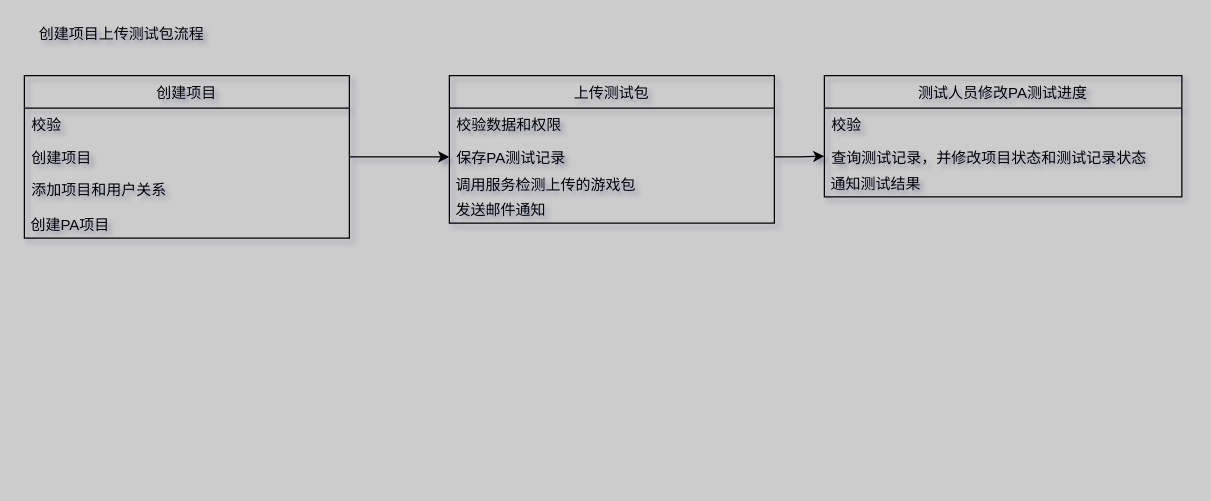
Earlier version of the draw.io diagram Untitled Diagram.drawio (concurrentWang/SpringBoot-Labs). Source tidied: cells renumbered, new cells numbered last; positions are measured from the earlier drawing's top-left corner, leaving out a move shared by most shapes. Both pictures are drawn from the tidied source at 125%, with x=0, y=0 at pixel (24, 21).
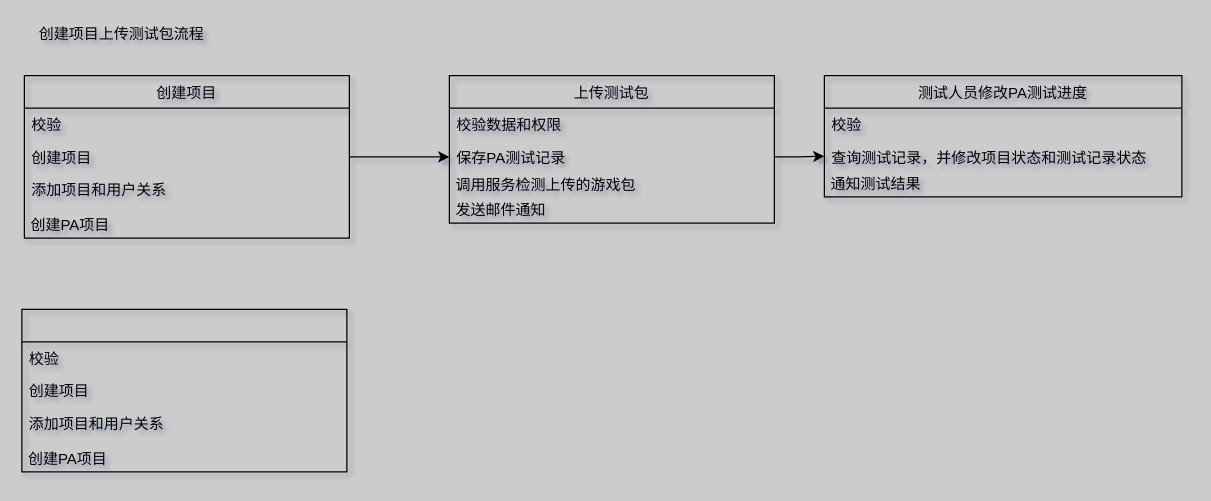
The same page after the edit.

The edit, as a diff of the source:
```diff
@@
+    <mxCell id="19" style="swimlane;fontStyle=0;horizontal=1;startSize=26;fillColor=none;" parent="1" vertex="1">
+      <mxGeometry x="-2" y="230" width="260" height="130" as="geometry" />
+    </mxCell>
+    <mxCell id="20" value="校验" style="text;strokeColor=none;fillColor=none;align=left;verticalAlign=top;spacingLeft=4;spacingRight=4;overflow=hidden;" parent="19" vertex="1">
+      <mxGeometry y="26" width="260" height="26" as="geometry" />
+    </mxCell>
+    <mxCell id="21" value="创建项目" style="text;strokeColor=none;fillColor=none;align=left;verticalAlign=top;spacingLeft=4;spacingRight=4;overflow=hidden;" parent="19" vertex="1">
+      <mxGeometry y="52" width="260" height="26" as="geometry" />
+    </mxCell>
+    <mxCell id="22" value="添加项目和用户关系&#10;" style="text;strokeColor=none;fillColor=none;align=left;verticalAlign=top;spacingLeft=4;spacingRight=4;overflow=hidden;" parent="19" vertex="1">
+      <mxGeometry y="78" width="260" height="32" as="geometry" />
+    </mxCell>
+    <mxCell id="23" value="&lt;span&gt;&amp;nbsp;创建PA项目&lt;/span&gt;" style="text;html=1;strokeColor=none;fillColor=none;align=left;verticalAlign=middle;whiteSpace=wrap;rounded=0;" parent="19" vertex="1">
+      <mxGeometry y="110" width="260" height="20" as="geometry" />
+    </mxCell>
```
